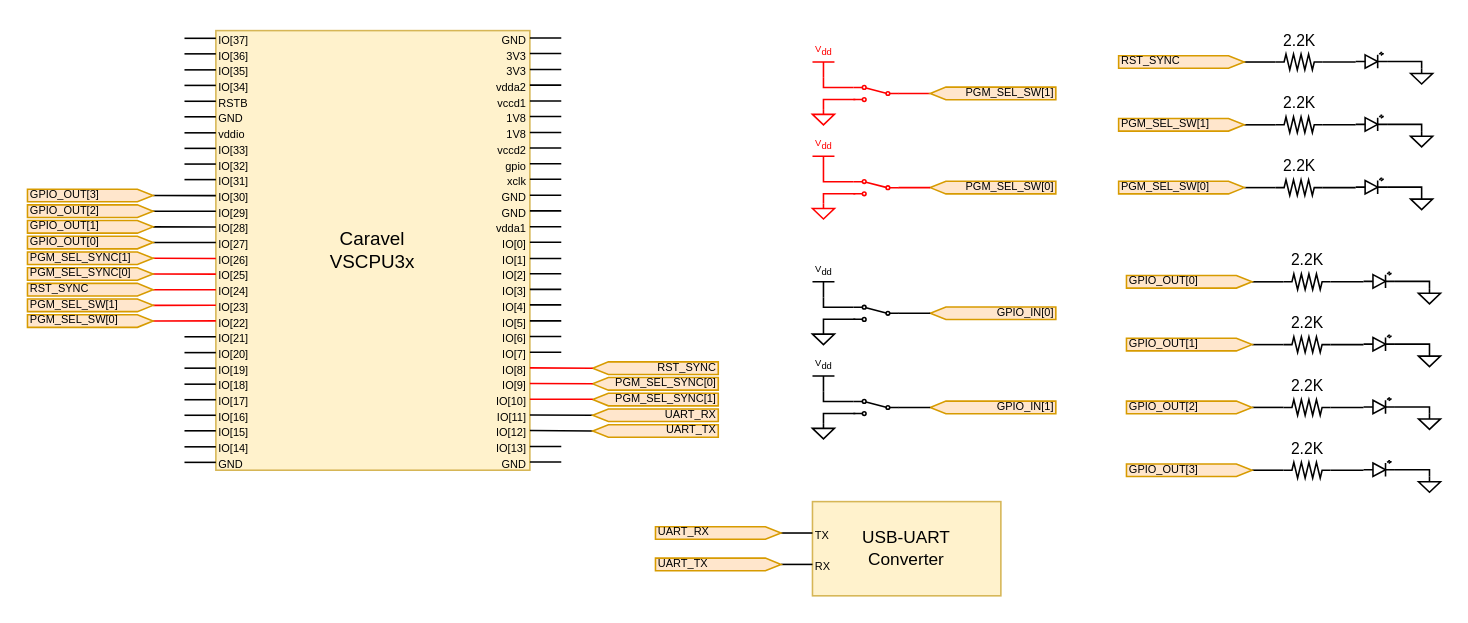
The draw.io diagram docs/VSCPU3x_Connections.drawio in BYCakar/caravel_vscpu3x_board, before the edit. Source tidied: cells renumbered, new cells numbered last; positions are measured from the earlier drawing's top-left corner, leaving out a move shared by most shapes. Both pictures are drawn from the tidied source at 157%, with x=0, y=0 at pixel (27, 30).
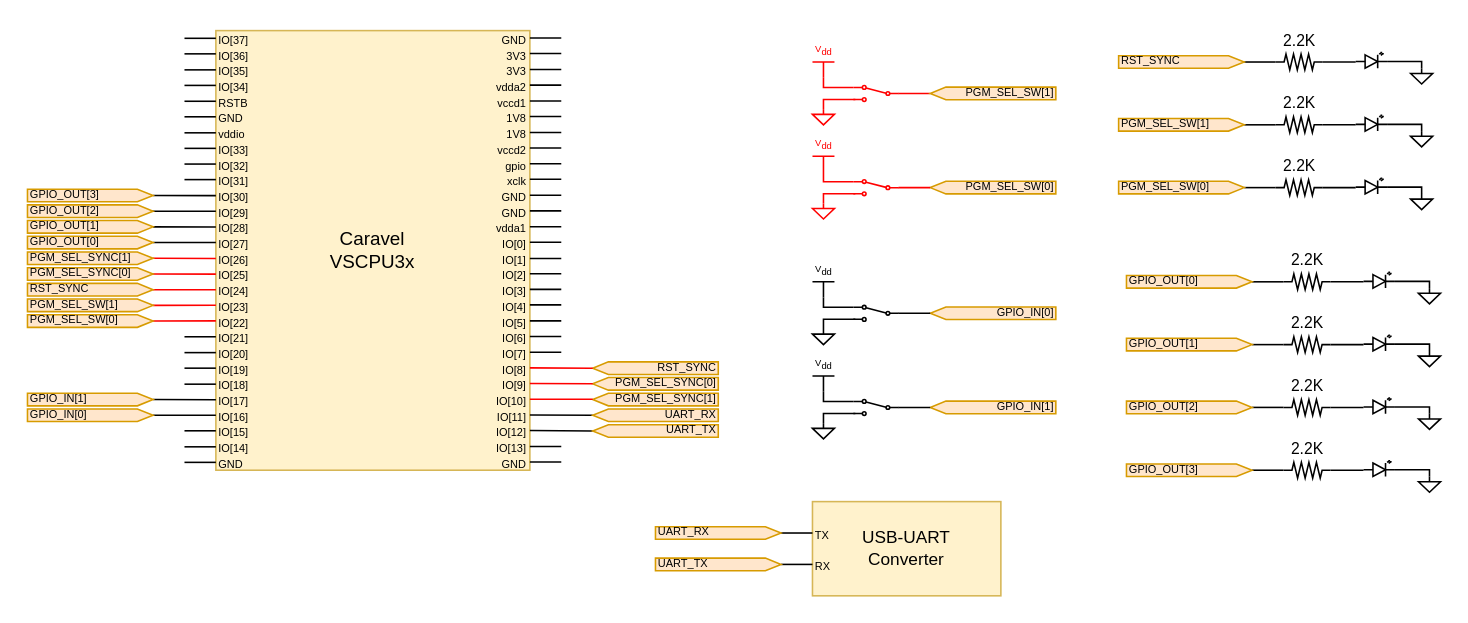
Above is the later version.

Commit message (it also covers changes not shown here):
update schematic drawing

Diff of the diagram source:
```diff
@@
-    <mxCell id="80" style="endArrow=none;html=1;rounded=0;" parent="1" edge="1">
+    <mxCell id="80" style="endArrow=none;html=1;rounded=0;entryX=1;entryY=0.5;entryDx=0;entryDy=0;entryPerimeter=0;" parent="1" edge="1" target="214">
       <mxGeometry relative="1" as="geometry">
         <mxPoint x="120" y="235.1" as="sourcePoint" />
-        <mxPoint x="100" y="235.1" as="targetPoint" />
       </mxGeometry>
     </mxCell>
-    <mxCell id="81" style="endArrow=none;html=1;rounded=0;" parent="1" edge="1">
+    <mxCell id="81" style="endArrow=none;html=1;rounded=0;entryX=1;entryY=0.5;entryDx=0;entryDy=0;entryPerimeter=0;" parent="1" edge="1" target="213">
       <mxGeometry relative="1" as="geometry">
         <mxPoint x="120" y="245" as="sourcePoint" />
-        <mxPoint x="100" y="245" as="targetPoint" />
       </mxGeometry>
     </mxCell>
@@
+    <mxCell id="213" value="&lt;div&gt;GPIO_IN[0]&lt;/div&gt;" style="html=1;shadow=0;dashed=0;align=left;verticalAlign=middle;shape=mxgraph.arrows2.arrow;dy=0;dx=10;notch=0;fillColor=#ffe6cc;strokeColor=#d79b00;fontSize=7;flipH=0;labelPosition=center;verticalLabelPosition=middle;" parent="1" vertex="1">
+      <mxGeometry y="241" width="80" height="8" as="geometry" />
+    </mxCell>
+    <mxCell id="214" value="&lt;div&gt;GPIO_IN[1]&lt;/div&gt;" style="html=1;shadow=0;dashed=0;align=left;verticalAlign=middle;shape=mxgraph.arrows2.arrow;dy=0;dx=10;notch=0;fillColor=#ffe6cc;strokeColor=#d79b00;fontSize=7;flipH=0;labelPosition=center;verticalLabelPosition=middle;" parent="1" vertex="1">
+      <mxGeometry y="231" width="80" height="8" as="geometry" />
+    </mxCell>
```
